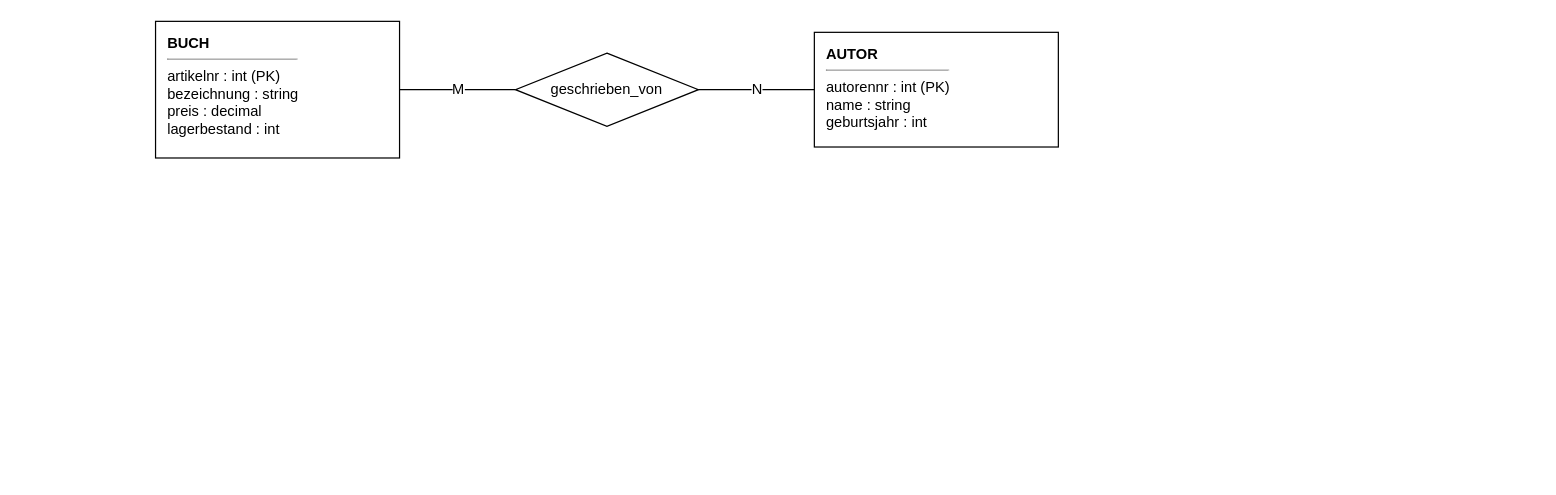
Before: page "Erweiterung Autor:innen" (2 of 2) of docs/02-theoriephase/termin-01/code/uebung-01-elibri-kern-modell.drawio in christoecker/Kurs_3019_Datenbanken, a draw.io diagram. Source tidied: cells renumbered, new cells numbered last; positions are measured from the earlier drawing's top-left corner, leaving out a move shared by most shapes. Both pictures are drawn from the tidied source at 122%, with x=0, y=0 at pixel (155, 21).
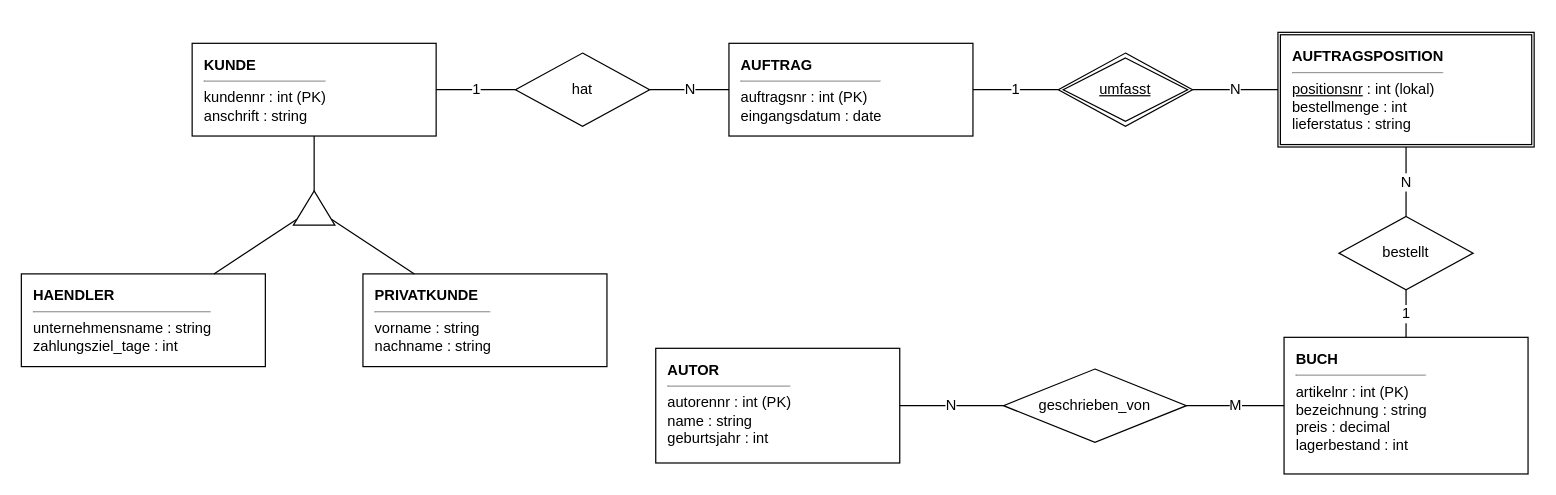
The same diagram, later.

Commit message:
draw.io Übung: Autor:innen-Erweiterung zeigt das gesamte Kern-Modell

Das zweite Blatt der Übungsdatei enthält jetzt das Kern-Modell
zusammen mit AUTOR und der Beziehung geschrieben_von (statt nur des
Ausschnitts BUCH–AUTOR).

What changed in the source:
```diff
@@
-    <mxCell id="2" value="&lt;b&gt;BUCH&lt;/b&gt;&lt;hr size=&quot;1&quot;/&gt;artikelnr : int (PK)&lt;br/&gt;bezeichnung : string&lt;br/&gt;preis : decimal&lt;br/&gt;lagerbestand : int" style="whiteSpace=wrap;html=1;align=left;verticalAlign=top;spacingLeft=8;spacingTop=4;fontSize=12;rounded=0;strokeColor=#000000;fillColor=#ffffff;" parent="1" vertex="1">
-      <mxGeometry width="200" height="112" as="geometry" />
-    </mxCell>
-    <mxCell id="3" value="geschrieben_von" style="rhombus;whiteSpace=wrap;html=1;fontSize=12;strokeColor=#000000;fillColor=#ffffff;" parent="1" vertex="1">
-      <mxGeometry x="295" y="26" width="150" height="60" as="geometry" />
-    </mxCell>
-    <mxCell id="4" value="&lt;b&gt;AUTOR&lt;/b&gt;&lt;hr size=&quot;1&quot;/&gt;autorennr : int (PK)&lt;br/&gt;name : string&lt;br/&gt;geburtsjahr : int" style="whiteSpace=wrap;html=1;align=left;verticalAlign=top;spacingLeft=8;spacingTop=4;fontSize=12;rounded=0;strokeColor=#000000;fillColor=#ffffff;" parent="1" vertex="1">
-      <mxGeometry x="540" y="9" width="200" height="94" as="geometry" />
-    </mxCell>
+    <mxCell id="7" value="&lt;b&gt;KUNDE&lt;/b&gt;&lt;hr size=&quot;1&quot;/&gt;kundennr : int (PK)&lt;br/&gt;anschrift : string" style="whiteSpace=wrap;html=1;align=left;verticalAlign=top;spacingLeft=8;spacingTop=4;fontSize=12;rounded=0;strokeColor=#000000;fillColor=#ffffff;" parent="1" vertex="1">
+      <mxGeometry x="30" y="18" width="200" height="76" as="geometry" />
+    </mxCell>
+    <mxCell id="8" style="triangle;whiteSpace=wrap;html=1;direction=north;strokeColor=#000000;fillColor=#ffffff;" parent="1" vertex="1">
+      <mxGeometry x="113" y="139" width="34" height="28" as="geometry" />
+    </mxCell>
+    <mxCell id="9" value="&lt;b&gt;HAENDLER&lt;/b&gt;&lt;hr size=&quot;1&quot;/&gt;unternehmensname : string&lt;br/&gt;zahlungsziel_tage : int" style="whiteSpace=wrap;html=1;align=left;verticalAlign=top;spacingLeft=8;spacingTop=4;fontSize=12;rounded=0;strokeColor=#000000;fillColor=#ffffff;" parent="1" vertex="1">
+      <mxGeometry x="-110" y="207" width="200" height="76" as="geometry" />
+    </mxCell>
+    <mxCell id="10" value="&lt;b&gt;PRIVATKUNDE&lt;/b&gt;&lt;hr size=&quot;1&quot;/&gt;vorname : string&lt;br/&gt;nachname : string" style="whiteSpace=wrap;html=1;align=left;verticalAlign=top;spacingLeft=8;spacingTop=4;fontSize=12;rounded=0;strokeColor=#000000;fillColor=#ffffff;" parent="1" vertex="1">
+      <mxGeometry x="170" y="207" width="200" height="76" as="geometry" />
+    </mxCell>
-    <mxCell id="5" value="M" style="endArrow=none;html=1;rounded=0;fontSize=12;labelBackgroundColor=#ffffff;" parent="1" edge="1" source="2" target="3">
+    <mxCell id="5" style="endArrow=none;html=1;rounded=0;fontSize=12;labelBackgroundColor=#ffffff;" parent="1" edge="1" source="7" target="8">
       <mxGeometry relative="1" as="geometry" />
     </mxCell>
-    <mxCell id="6" value="N" style="endArrow=none;html=1;rounded=0;fontSize=12;labelBackgroundColor=#ffffff;" parent="1" edge="1" source="3" target="4">
+    <mxCell id="6" style="endArrow=none;html=1;rounded=0;fontSize=12;labelBackgroundColor=#ffffff;" parent="1" edge="1" source="8" target="9">
       <mxGeometry relative="1" as="geometry" />
     </mxCell>
+    <mxCell id="11" style="endArrow=none;html=1;rounded=0;fontSize=12;labelBackgroundColor=#ffffff;" parent="1" edge="1" source="8" target="10">
+      <mxGeometry relative="1" as="geometry" />
+    </mxCell>
+    <mxCell id="12" value="&lt;b&gt;AUFTRAG&lt;/b&gt;&lt;hr size=&quot;1&quot;/&gt;auftragsnr : int (PK)&lt;br/&gt;eingangsdatum : date" style="whiteSpace=wrap;html=1;align=left;verticalAlign=top;spacingLeft=8;spacingTop=4;fontSize=12;rounded=0;strokeColor=#000000;fillColor=#ffffff;" parent="1" vertex="1">
+      <mxGeometry x="470" y="18" width="200" height="76" as="geometry" />
+    </mxCell>
+    <mxCell id="13" value="hat" style="rhombus;whiteSpace=wrap;html=1;fontSize=12;strokeColor=#000000;fillColor=#ffffff;" parent="1" vertex="1">
+      <mxGeometry x="295" y="26" width="110" height="60" as="geometry" />
+    </mxCell>
+    <mxCell id="14" value="1" style="endArrow=none;html=1;rounded=0;fontSize=12;labelBackgroundColor=#ffffff;" parent="1" edge="1" source="7" target="13">
+      <mxGeometry relative="1" as="geometry" />
+    </mxCell>
+    <mxCell id="15" value="N" style="endArrow=none;html=1;rounded=0;fontSize=12;labelBackgroundColor=#ffffff;" parent="1" edge="1" source="13" target="12">
+      <mxGeometry relative="1" as="geometry" />
+    </mxCell>
+    <mxCell id="16" value="&lt;b&gt;AUFTRAGSPOSITION&lt;/b&gt;&lt;hr size=&quot;1&quot;/&gt;&lt;u&gt;positionsnr&lt;/u&gt; : int (lokal)&lt;br/&gt;bestellmenge : int&lt;br/&gt;lieferstatus : string" style="whiteSpace=wrap;html=1;align=left;verticalAlign=top;spacingLeft=8;spacingTop=4;fontSize=12;rounded=0;shape=ext;double=1;strokeColor=#000000;fillColor=#ffffff;" parent="1" vertex="1">
+      <mxGeometry x="920" y="9" width="210" height="94" as="geometry" />
+    </mxCell>
+    <mxCell id="17" value="&lt;u&gt;umfasst&lt;/u&gt;" style="shape=rhombus;double=1;perimeter=rhombusPerimeter;whiteSpace=wrap;html=1;fontSize=12;strokeColor=#000000;fillColor=#ffffff;" parent="1" vertex="1">
+      <mxGeometry x="740" y="26" width="110" height="60" as="geometry" />
+    </mxCell>
+    <mxCell id="18" value="1" style="endArrow=none;html=1;rounded=0;fontSize=12;labelBackgroundColor=#ffffff;" parent="1" edge="1" source="12" target="17">
+      <mxGeometry relative="1" as="geometry" />
+    </mxCell>
+    <mxCell id="19" value="N" style="endArrow=none;html=1;rounded=0;fontSize=12;labelBackgroundColor=#ffffff;" parent="1" edge="1" source="17" target="16">
+      <mxGeometry relative="1" as="geometry" />
+    </mxCell>
+    <mxCell id="2" value="&lt;b&gt;BUCH&lt;/b&gt;&lt;hr size=&quot;1&quot;/&gt;artikelnr : int (PK)&lt;br/&gt;bezeichnung : string&lt;br/&gt;preis : decimal&lt;br/&gt;lagerbestand : int" style="whiteSpace=wrap;html=1;align=left;verticalAlign=top;spacingLeft=8;spacingTop=4;fontSize=12;rounded=0;strokeColor=#000000;fillColor=#ffffff;" parent="1" vertex="1">
+      <mxGeometry x="925" y="259" width="200" height="112" as="geometry" />
+    </mxCell>
+    <mxCell id="20" value="bestellt" style="rhombus;whiteSpace=wrap;html=1;fontSize=12;strokeColor=#000000;fillColor=#ffffff;" parent="1" vertex="1">
+      <mxGeometry x="970" y="160" width="110" height="60" as="geometry" />
+    </mxCell>
+    <mxCell id="21" value="N" style="endArrow=none;html=1;rounded=0;fontSize=12;labelBackgroundColor=#ffffff;" parent="1" edge="1" source="16" target="20">
+      <mxGeometry relative="1" as="geometry" />
+    </mxCell>
+    <mxCell id="22" value="1" style="endArrow=none;html=1;rounded=0;fontSize=12;labelBackgroundColor=#ffffff;" parent="1" edge="1" source="20" target="2">
+      <mxGeometry relative="1" as="geometry" />
+    </mxCell>
+    <mxCell id="4" value="&lt;b&gt;AUTOR&lt;/b&gt;&lt;hr size=&quot;1&quot;/&gt;autorennr : int (PK)&lt;br/&gt;name : string&lt;br/&gt;geburtsjahr : int" style="whiteSpace=wrap;html=1;align=left;verticalAlign=top;spacingLeft=8;spacingTop=4;fontSize=12;rounded=0;strokeColor=#000000;fillColor=#ffffff;" parent="1" vertex="1">
+      <mxGeometry x="410" y="268" width="200" height="94" as="geometry" />
+    </mxCell>
+    <mxCell id="3" value="geschrieben_von" style="rhombus;whiteSpace=wrap;html=1;fontSize=12;strokeColor=#000000;fillColor=#ffffff;" parent="1" vertex="1">
+      <mxGeometry x="695" y="285" width="150" height="60" as="geometry" />
+    </mxCell>
+    <mxCell id="23" value="M" style="endArrow=none;html=1;rounded=0;fontSize=12;labelBackgroundColor=#ffffff;" parent="1" edge="1" source="2" target="3">
+      <mxGeometry relative="1" as="geometry" />
+    </mxCell>
+    <mxCell id="24" value="N" style="endArrow=none;html=1;rounded=0;fontSize=12;labelBackgroundColor=#ffffff;" parent="1" edge="1" source="3" target="4">
+      <mxGeometry relative="1" as="geometry" />
+    </mxCell>
```
